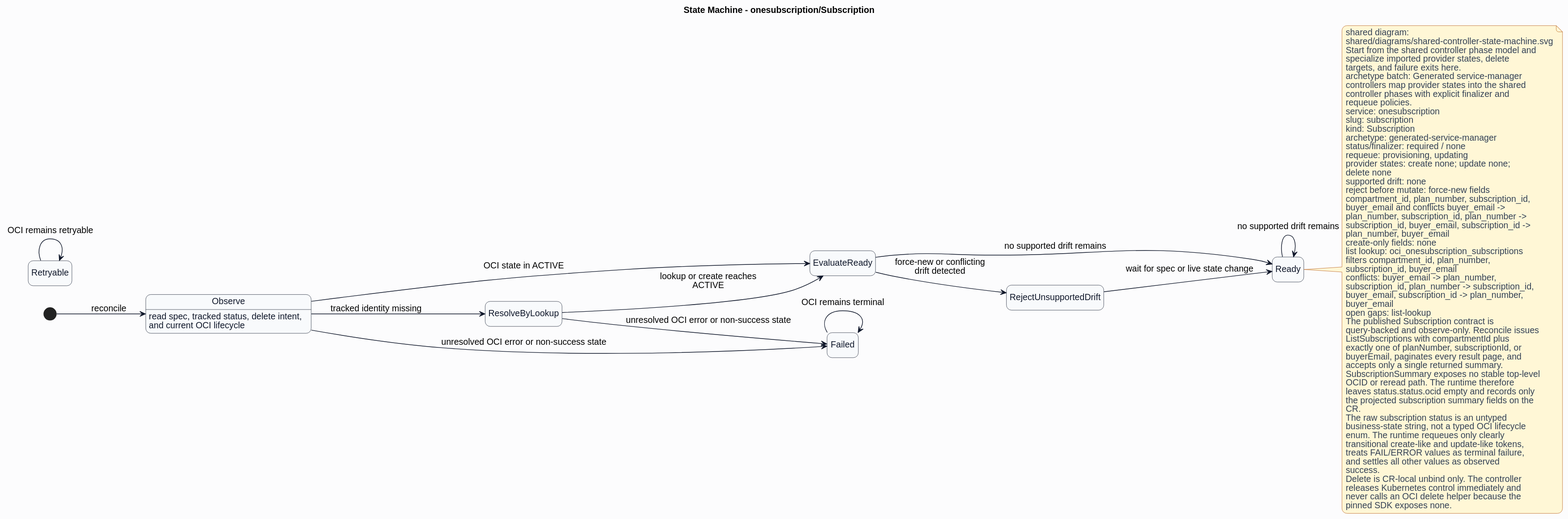
HaoyL666/oci-service-operator keeps this PlantUML diagram as formal/controllers/onesubscription/subscription/diagrams/state-machine.svg. Above is the earlier version.
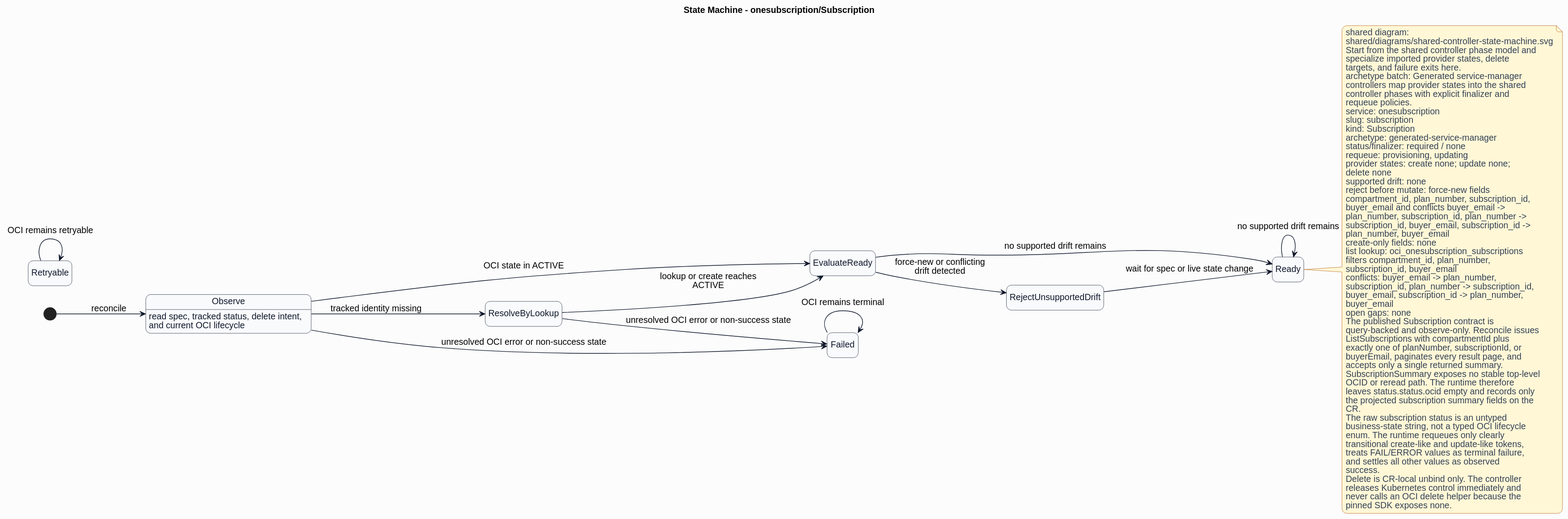
The same file after the commit.

The edit, as a diff of the source:
```diff
@@ -71,7 +71,7 @@
 subscription_id, plan_number -> subscription_id,
 buyer_email, subscription_id -> plan_number,
 buyer_email
-open gaps: list-lookup
+open gaps: none
 The published Subscription contract is
 query-backed and observe-only. Reconcile issues
 ListSubscriptions with compartmentId plus
```
